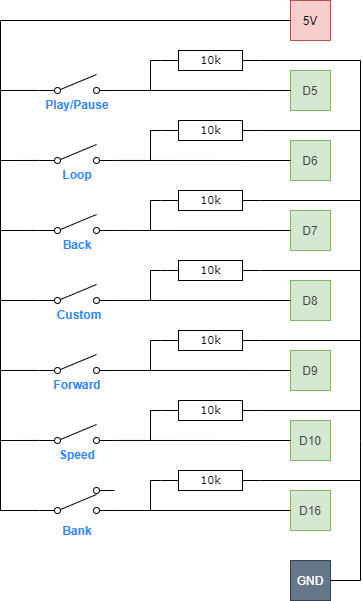
Above: Schematic/schematic.png in andreasbrett/OVLP (draw.io), before the change. Source tidied: cells renumbered, new cells last; positions are measured from the earlier drawing's top-left corner, leaving out a move shared by most shapes.
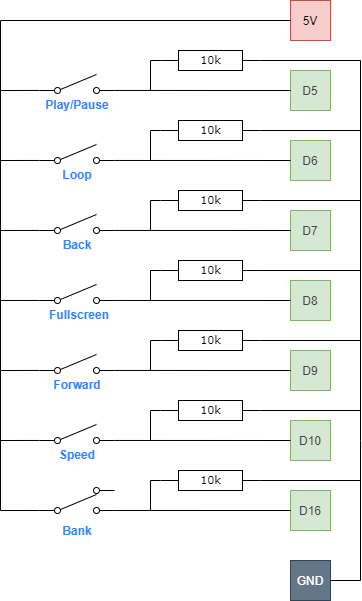
The same diagram one commit later.

Commit message:
introduced fullscreen button

What changed in the source:
```diff
@@ -56,7 +56,7 @@
     <mxCell id="19" style="verticalLabelPosition=bottom;shadow=0;dashed=0;align=center;html=1;verticalAlign=top;shape=mxgraph.electrical.electro-mechanical.simple_switch;rounded=0;glass=0;comic=0;fontColor=#454545;" parent="1" vertex="1">
       <mxGeometry x="39" y="284" width="75" height="19" as="geometry" />
     </mxCell>
-    <mxCell id="20" value="Custom" style="text;html=1;strokeColor=none;fillColor=none;align=center;verticalAlign=middle;whiteSpace=wrap;rounded=0;shadow=0;glass=0;comic=0;fontColor=#3385FF;fontStyle=1;" parent="1" vertex="1">
+    <mxCell id="20" value="Fullscreen" style="text;html=1;strokeColor=none;fillColor=none;align=center;verticalAlign=middle;whiteSpace=wrap;rounded=0;shadow=0;glass=0;comic=0;fontColor=#3385FF;fontStyle=1;" parent="1" vertex="1">
       <mxGeometry x="39" y="304" width="80" height="20" as="geometry" />
     </mxCell>
     <mxCell id="21" style="endArrow=none;html=1;fontSize=11;fontColor=#454545;entryX=0;entryY=0.5;entryDx=0;entryDy=0;exitX=1;exitY=0.84;exitDx=0;exitDy=0;exitPerimeter=0;" parent="1" edge="1" source="13" target="2">
```
